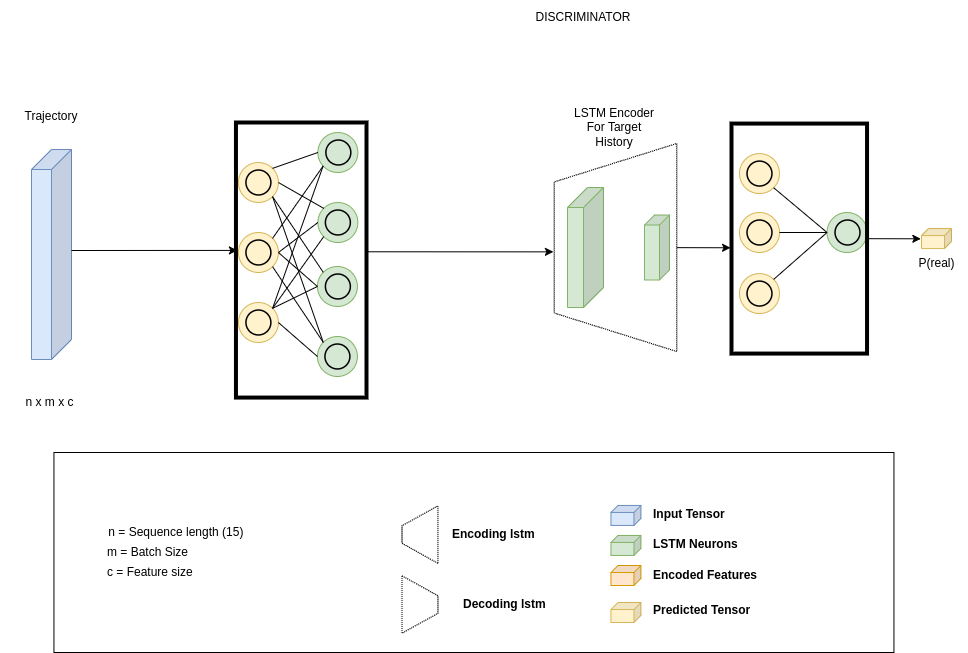
The draw.io diagram Report/images/discriminator.png in FERROX98/Multimedia-forensics-Vehicle-Trajectory-Forecasting, before a commit. Source tidied: cells renumbered, new cells last; positions are measured from the earlier drawing's top-left corner, leaving out a move shared by most shapes.
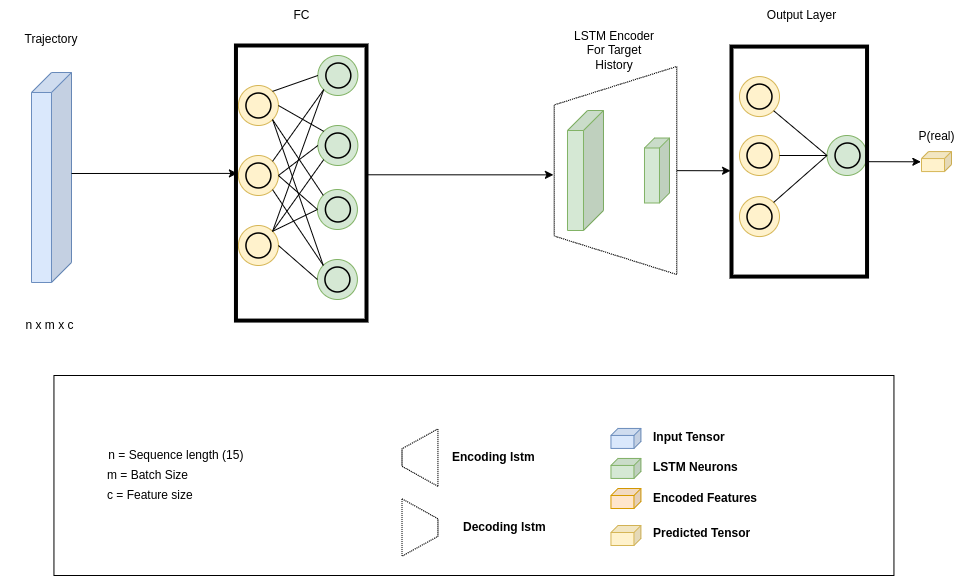
The same diagram one commit later.

Diff of the diagram source:
```diff
@@ -23,9 +23,6 @@
     <mxCell id="8" style="shape=trapezoid;perimeter=trapezoidPerimeter;whiteSpace=wrap;html=1;fixedSize=1;rotation=90;dashed=1;dashPattern=1 1;fillColor=none;direction=west;size=38.41000000000008;" parent="1" vertex="1">
       <mxGeometry x="511" y="183.8" width="208" height="122.5" as="geometry" />
     </mxCell>
-    <mxCell id="9" value="DISCRIMINATOR" style="text;html=1;strokeColor=none;fillColor=none;align=center;verticalAlign=middle;whiteSpace=wrap;rounded=0;strokeWidth=4;" parent="1" vertex="1">
-      <mxGeometry x="553" width="60" height="30" as="geometry" />
-    </mxCell>
     <mxCell id="10" value="LSTM Encoder For Target History" style="text;html=1;strokeColor=none;fillColor=none;align=center;verticalAlign=middle;whiteSpace=wrap;rounded=0;strokeWidth=4;" parent="1" vertex="1">
       <mxGeometry x="567" y="110" width="93.7" height="30" as="geometry" />
     </mxCell>
@@ -215,7 +212,13 @@
       <mxGeometry relative="1" as="geometry" />
     </mxCell>
     <mxCell id="72" value="P(real)" style="text;html=1;align=center;verticalAlign=middle;strokeColor=none;fillColor=none;" parent="1" vertex="1">
-      <mxGeometry x="906" y="246.1" width="60" height="30" as="geometry" />
+      <mxGeometry x="906" y="196.1" width="60" height="30" as="geometry" />
     </mxCell>
+    <mxCell id="73" value="Output Layer" style="text;html=1;align=center;verticalAlign=middle;strokeColor=none;fillColor=none;" parent="1" vertex="1">
+      <mxGeometry x="756" y="75" width="90" height="30" as="geometry" />
+    </mxCell>
+    <mxCell id="74" value="FC" style="text;html=1;align=center;verticalAlign=middle;strokeColor=none;fillColor=none;" parent="1" vertex="1">
+      <mxGeometry x="281" y="75" width="40" height="30" as="geometry" />
+    </mxCell>
   </root>
 </mxGraphModel>
```
